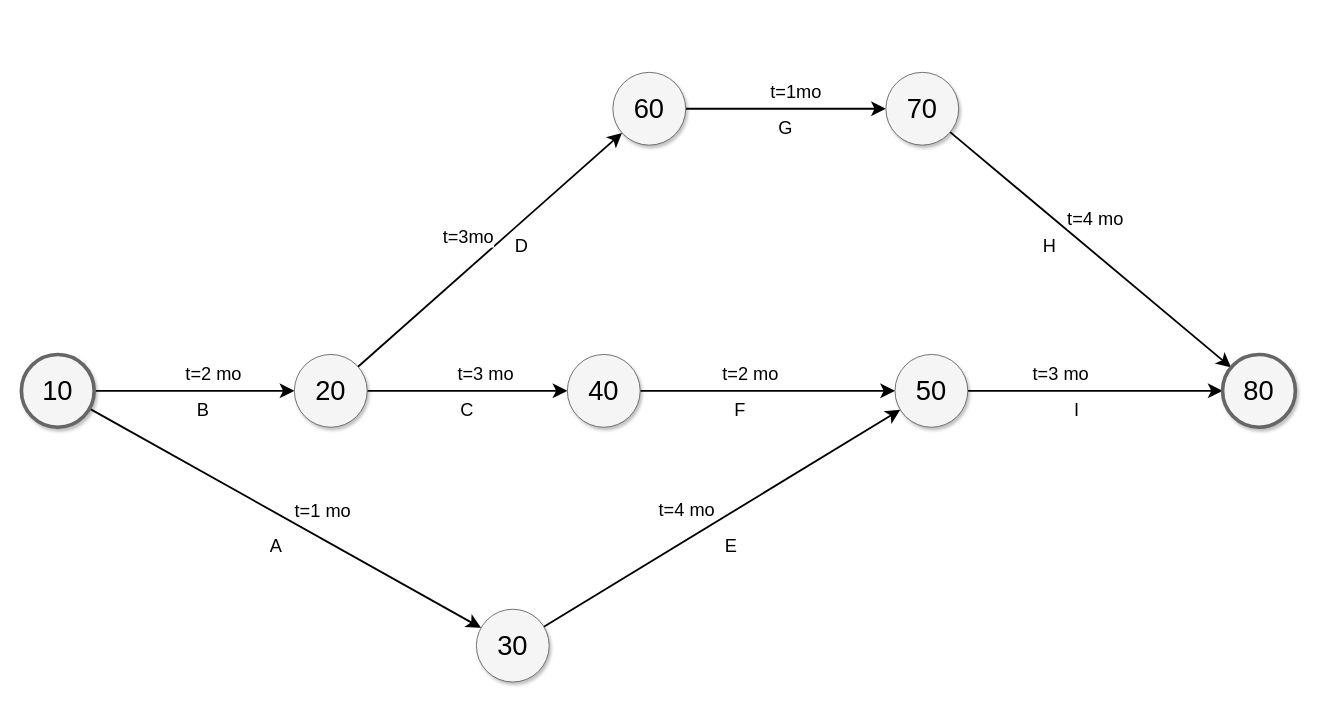
Before: Untitled Diagram.drawio in denayprm/Draw-IO-Denn, a draw.io diagram. Source tidied: cells renumbered, new cells numbered last; positions are measured from the earlier drawing's top-left corner, leaving out a move shared by most shapes. Both pictures are drawn from the tidied source at 91%, with x=0, y=0 at pixel (21, 72).
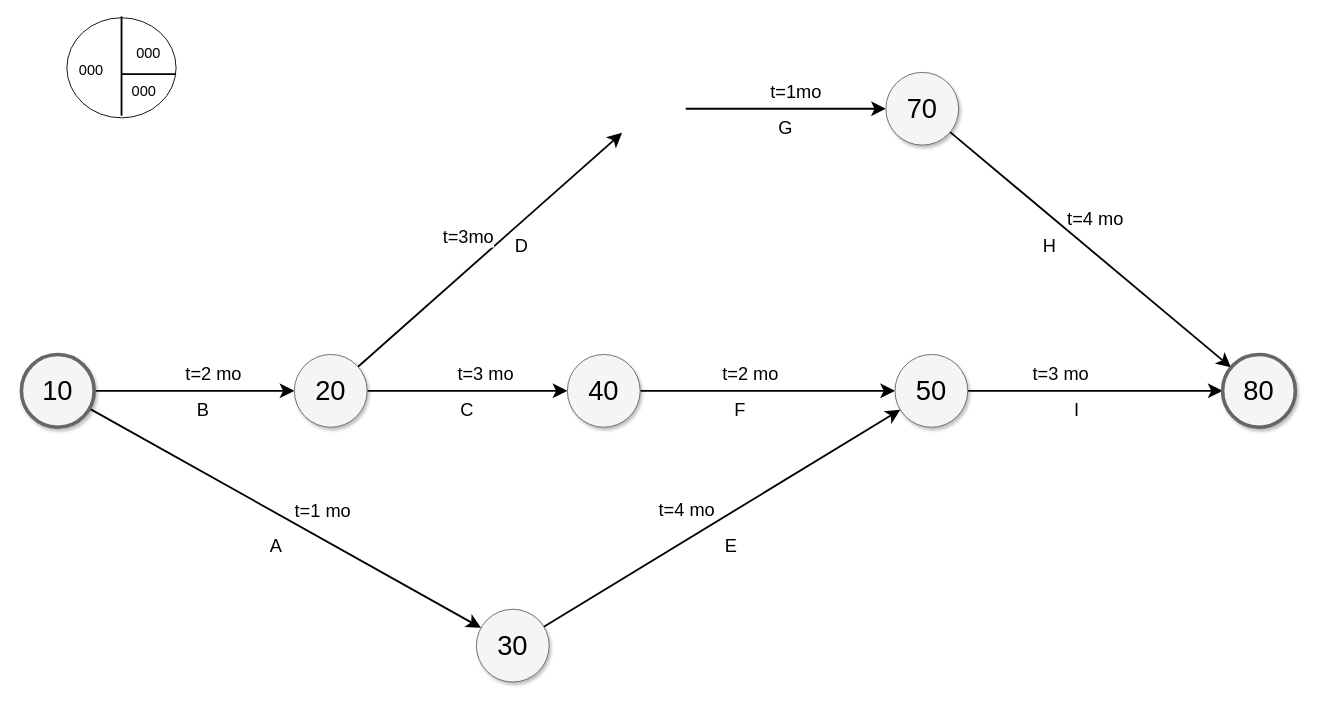
The same diagram, later.

Unchanged cells that the change refers to:
```xml
<mxCell id="11" value="20" style="ellipse;whiteSpace=wrap;html=1;rounded=0;shadow=1;strokeColor=#666666;strokeWidth=1;fontSize=30;align=center;fillColor=#f5f5f5;" parent="1" vertex="1">
  <mxGeometry x="300" y="310" width="80" height="80" as="geometry" />
</mxCell>
<mxCell id="26" value="70" style="ellipse;whiteSpace=wrap;html=1;rounded=0;shadow=1;strokeColor=#666666;strokeWidth=1;fontSize=30;align=center;fillColor=#f5f5f5;" parent="1" vertex="1">
  <mxGeometry x="950" width="80" height="80" as="geometry" />
</mxCell>
```

The edit, as a diff of the source:
```diff
@@
-    <mxCell id="9" style="edgeStyle=none;curved=1;html=1;startSize=10;endFill=1;endSize=10;strokeWidth=2;fontSize=12;" parent="1" edge="1" source="11" target="20">
-      <mxGeometry relative="1" as="geometry" />
+    <mxCell id="9" style="edgeStyle=none;curved=1;html=1;startSize=10;endFill=1;endSize=10;strokeWidth=2;fontSize=12;" parent="1" edge="1" source="11">
+      <mxGeometry relative="1" as="geometry">
+        <mxPoint x="660.1" y="66.5" as="targetPoint" />
+      </mxGeometry>
     </mxCell>
@@
-    <mxCell id="18" style="edgeStyle=none;curved=1;html=1;startSize=10;endFill=1;endSize=10;strokeWidth=2;fontSize=12;" parent="1" edge="1" source="20" target="26">
-      <mxGeometry relative="1" as="geometry" />
+    <mxCell id="18" style="edgeStyle=none;curved=1;html=1;startSize=10;endFill=1;endSize=10;strokeWidth=2;fontSize=12;" parent="1" edge="1" target="26">
+      <mxGeometry relative="1" as="geometry">
+        <mxPoint x="730" y="40" as="sourcePoint" />
+      </mxGeometry>
     </mxCell>
@@
-    <mxCell id="20" value="60" style="ellipse;whiteSpace=wrap;html=1;rounded=0;shadow=1;strokeColor=#666666;strokeWidth=1;fontSize=30;align=center;fillColor=#f5f5f5;" parent="1" vertex="1">
-      <mxGeometry x="650" width="80" height="80" as="geometry" />
-    </mxCell>
@@
+    <mxCell id="37" style="group;" parent="1" vertex="1">
+      <mxGeometry x="50" y="-60" width="120" height="110" as="geometry" />
+    </mxCell>
+    <mxCell id="38" style="ellipse;whiteSpace=wrap;html=1;" parent="37" vertex="1">
+      <mxGeometry width="120" height="110" as="geometry" />
+    </mxCell>
+    <mxCell id="39" style="line;strokeWidth=2;html=1;rotation=-90;" parent="37" vertex="1">
+      <mxGeometry x="5.5" y="46.2" width="109.1" height="13.8" as="geometry" />
+    </mxCell>
+    <mxCell id="40" style="line;strokeWidth=2;html=1;" parent="37" vertex="1">
+      <mxGeometry x="60" y="55" width="60" height="13.8" as="geometry" />
+    </mxCell>
+    <mxCell id="41" value="000" style="text;strokeColor=none;fillColor=none;html=1;align=center;verticalAlign=middle;whiteSpace=wrap;rounded=0;fontSize=16;" parent="37" vertex="1">
+      <mxGeometry x="65" y="13.6" width="50" height="50" as="geometry" />
+    </mxCell>
+    <mxCell id="42" value="000" style="text;strokeColor=none;fillColor=none;html=1;align=center;verticalAlign=middle;whiteSpace=wrap;rounded=0;fontSize=16;" parent="37" vertex="1">
+      <mxGeometry x="60" y="55" width="50" height="50" as="geometry" />
+    </mxCell>
+    <mxCell id="43" value="000" style="text;strokeColor=none;fillColor=none;html=1;align=center;verticalAlign=middle;whiteSpace=wrap;rounded=0;fontSize=16;" parent="37" vertex="1">
+      <mxGeometry x="1.9" y="31.7" width="50" height="50" as="geometry" />
+    </mxCell>
```
